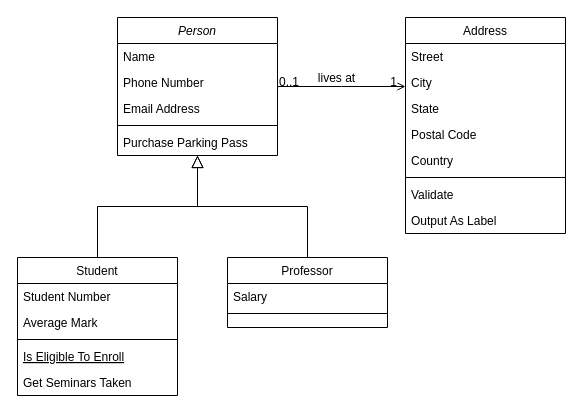
The draw.io diagram produkt_klasovi.drawio in ivankikic/produkt-klasovi, before the edit. Source tidied: cells renumbered, new cells numbered last; positions are measured from the earlier drawing's top-left corner, leaving out a move shared by most shapes. Both pictures are drawn from the tidied source at 100%, with x=0, y=0 at pixel (17, 17).
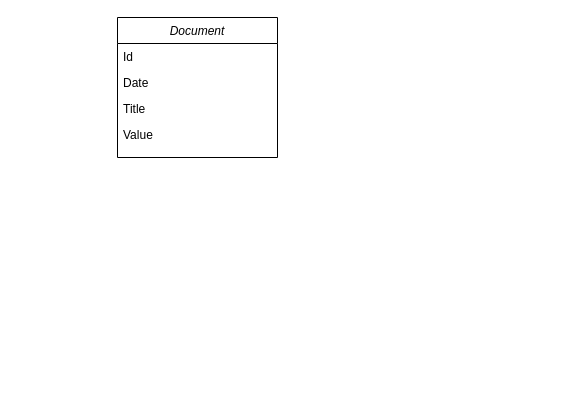
The same page after the edit.

Diff of the diagram source:
```diff
@@
-    <mxCell id="2" value="Person" style="swimlane;fontStyle=2;align=center;verticalAlign=top;horizontal=1;startSize=26;rounded=0;shadow=0;strokeWidth=1;" parent="1" vertex="1">
-      <mxGeometry x="100" width="160" height="138" as="geometry" />
+    <mxCell id="2" value="Document" style="swimlane;fontStyle=2;align=center;verticalAlign=top;horizontal=1;startSize=26;rounded=0;shadow=0;strokeWidth=1;" parent="1" vertex="1">
+      <mxGeometry x="100" width="160" height="140" as="geometry" />
     </mxCell>
-    <mxCell id="3" value="Name" style="text;align=left;verticalAlign=top;spacingLeft=4;spacingRight=4;overflow=hidden;" parent="2" vertex="1">
+    <mxCell id="3" value="Id" style="text;align=left;verticalAlign=top;spacingLeft=4;spacingRight=4;overflow=hidden;" parent="2" vertex="1">
       <mxGeometry y="26" width="160" height="26" as="geometry" />
     </mxCell>
-    <mxCell id="4" value="Phone Number" style="text;align=left;verticalAlign=top;spacingLeft=4;spacingRight=4;overflow=hidden;rounded=0;shadow=0;html=0;" parent="2" vertex="1">
+    <mxCell id="4" value="Date&#10;" style="text;align=left;verticalAlign=top;spacingLeft=4;spacingRight=4;overflow=hidden;rounded=0;shadow=0;html=0;" parent="2" vertex="1">
       <mxGeometry y="52" width="160" height="26" as="geometry" />
     </mxCell>
-    <mxCell id="5" value="Email Address" style="text;align=left;verticalAlign=top;spacingLeft=4;spacingRight=4;overflow=hidden;rounded=0;shadow=0;html=0;" parent="2" vertex="1">
+    <mxCell id="5" value="Title" style="text;align=left;verticalAlign=top;spacingLeft=4;spacingRight=4;overflow=hidden;rounded=0;shadow=0;html=0;" parent="2" vertex="1">
       <mxGeometry y="78" width="160" height="26" as="geometry" />
     </mxCell>
-    <mxCell id="6" style="line;html=1;strokeWidth=1;align=left;verticalAlign=middle;spacingTop=-1;spacingLeft=3;spacingRight=3;labelPosition=right;" parent="2" vertex="1">
-      <mxGeometry y="104" width="160" height="8" as="geometry" />
-    </mxCell>
-    <mxCell id="7" value="Purchase Parking Pass" style="text;align=left;verticalAlign=top;spacingLeft=4;spacingRight=4;overflow=hidden;" parent="2" vertex="1">
-      <mxGeometry y="112" width="160" height="26" as="geometry" />
-    </mxCell>
-    <mxCell id="8" value="Student" style="swimlane;fontStyle=0;align=center;verticalAlign=top;horizontal=1;startSize=26;rounded=0;shadow=0;strokeWidth=1;" parent="1" vertex="1">
-      <mxGeometry y="240" width="160" height="138" as="geometry" />
-    </mxCell>
-    <mxCell id="9" value="Student Number" style="text;align=left;verticalAlign=top;spacingLeft=4;spacingRight=4;overflow=hidden;" parent="8" vertex="1">
-      <mxGeometry y="26" width="160" height="26" as="geometry" />
-    </mxCell>
-    <mxCell id="10" value="Average Mark" style="text;align=left;verticalAlign=top;spacingLeft=4;spacingRight=4;overflow=hidden;rounded=0;shadow=0;html=0;" parent="8" vertex="1">
-      <mxGeometry y="52" width="160" height="26" as="geometry" />
-    </mxCell>
-    <mxCell id="11" style="line;html=1;strokeWidth=1;align=left;verticalAlign=middle;spacingTop=-1;spacingLeft=3;spacingRight=3;labelPosition=right;" parent="8" vertex="1">
-      <mxGeometry y="78" width="160" height="8" as="geometry" />
-    </mxCell>
-    <mxCell id="12" value="Is Eligible To Enroll" style="text;align=left;verticalAlign=top;spacingLeft=4;spacingRight=4;overflow=hidden;fontStyle=4;" parent="8" vertex="1">
-      <mxGeometry y="86" width="160" height="26" as="geometry" />
-    </mxCell>
-    <mxCell id="13" value="Get Seminars Taken" style="text;align=left;verticalAlign=top;spacingLeft=4;spacingRight=4;overflow=hidden;" parent="8" vertex="1">
-      <mxGeometry y="112" width="160" height="26" as="geometry" />
-    </mxCell>
-    <mxCell id="14" style="endArrow=block;endSize=10;endFill=0;shadow=0;strokeWidth=1;rounded=0;edgeStyle=elbowEdgeStyle;elbow=vertical;" parent="1" edge="1" source="8" target="2">
-      <mxGeometry relative="1" as="geometry" />
-    </mxCell>
-    <mxCell id="15" value="Professor" style="swimlane;fontStyle=0;align=center;verticalAlign=top;horizontal=1;startSize=26;rounded=0;shadow=0;strokeWidth=1;" parent="1" vertex="1">
-      <mxGeometry x="210" y="240" width="160" height="70" as="geometry" />
-    </mxCell>
-    <mxCell id="16" value="Salary" style="text;align=left;verticalAlign=top;spacingLeft=4;spacingRight=4;overflow=hidden;" parent="15" vertex="1">
-      <mxGeometry y="26" width="160" height="26" as="geometry" />
-    </mxCell>
-    <mxCell id="17" style="line;html=1;strokeWidth=1;align=left;verticalAlign=middle;spacingTop=-1;spacingLeft=3;spacingRight=3;labelPosition=right;" parent="15" vertex="1">
-      <mxGeometry y="52" width="160" height="8" as="geometry" />
-    </mxCell>
-    <mxCell id="18" style="endArrow=block;endSize=10;endFill=0;shadow=0;strokeWidth=1;rounded=0;edgeStyle=elbowEdgeStyle;elbow=vertical;" parent="1" edge="1" source="15" target="2">
-      <mxGeometry relative="1" as="geometry" />
-    </mxCell>
-    <mxCell id="19" value="Address" style="swimlane;fontStyle=0;align=center;verticalAlign=top;horizontal=1;startSize=26;rounded=0;shadow=0;strokeWidth=1;" parent="1" vertex="1">
-      <mxGeometry x="388" width="160" height="216" as="geometry" />
-    </mxCell>
-    <mxCell id="20" value="Street" style="text;align=left;verticalAlign=top;spacingLeft=4;spacingRight=4;overflow=hidden;" parent="19" vertex="1">
-      <mxGeometry y="26" width="160" height="26" as="geometry" />
-    </mxCell>
-    <mxCell id="21" value="City" style="text;align=left;verticalAlign=top;spacingLeft=4;spacingRight=4;overflow=hidden;rounded=0;shadow=0;html=0;" parent="19" vertex="1">
-      <mxGeometry y="52" width="160" height="26" as="geometry" />
-    </mxCell>
-    <mxCell id="22" value="State" style="text;align=left;verticalAlign=top;spacingLeft=4;spacingRight=4;overflow=hidden;rounded=0;shadow=0;html=0;" parent="19" vertex="1">
-      <mxGeometry y="78" width="160" height="26" as="geometry" />
-    </mxCell>
-    <mxCell id="23" value="Postal Code" style="text;align=left;verticalAlign=top;spacingLeft=4;spacingRight=4;overflow=hidden;rounded=0;shadow=0;html=0;" parent="19" vertex="1">
-      <mxGeometry y="104" width="160" height="26" as="geometry" />
-    </mxCell>
-    <mxCell id="24" value="Country" style="text;align=left;verticalAlign=top;spacingLeft=4;spacingRight=4;overflow=hidden;rounded=0;shadow=0;html=0;" parent="19" vertex="1">
-      <mxGeometry y="130" width="160" height="26" as="geometry" />
-    </mxCell>
-    <mxCell id="25" style="line;html=1;strokeWidth=1;align=left;verticalAlign=middle;spacingTop=-1;spacingLeft=3;spacingRight=3;labelPosition=right;" parent="19" vertex="1">
-      <mxGeometry y="156" width="160" height="8" as="geometry" />
-    </mxCell>
-    <mxCell id="26" value="Validate" style="text;align=left;verticalAlign=top;spacingLeft=4;spacingRight=4;overflow=hidden;" parent="19" vertex="1">
-      <mxGeometry y="164" width="160" height="26" as="geometry" />
-    </mxCell>
-    <mxCell id="27" value="Output As Label" style="text;align=left;verticalAlign=top;spacingLeft=4;spacingRight=4;overflow=hidden;" parent="19" vertex="1">
-      <mxGeometry y="190" width="160" height="26" as="geometry" />
-    </mxCell>
-    <mxCell id="28" style="endArrow=open;shadow=0;strokeWidth=1;rounded=0;endFill=1;edgeStyle=elbowEdgeStyle;elbow=vertical;" parent="1" edge="1" source="2" target="19">
-      <mxGeometry x="0.5" y="41" relative="1" as="geometry">
-        <mxPoint x="-40" y="32" as="offset" />
-      </mxGeometry>
-    </mxCell>
-    <mxCell id="29" value="0..1" style="align=left;verticalAlign=bottom;labelBackgroundColor=none;fontSize=12;" parent="28" vertex="1">
-      <mxGeometry x="-1" relative="1" as="geometry">
-        <mxPoint y="4" as="offset" />
-      </mxGeometry>
-    </mxCell>
-    <mxCell id="30" value="1" style="align=right;verticalAlign=bottom;labelBackgroundColor=none;fontSize=12;" parent="28" vertex="1">
-      <mxGeometry x="1" relative="1" as="geometry">
-        <mxPoint x="-7" y="4" as="offset" />
-      </mxGeometry>
-    </mxCell>
-    <mxCell id="31" value="lives at" style="text;html=1;align=center;verticalAlign=middle;labelBackgroundColor=none;rounded=0;shadow=0;strokeWidth=1;fontSize=12;" parent="28" vertex="1">
-      <mxGeometry x="0.5" y="49" relative="1" as="geometry">
-        <mxPoint x="-38" y="40" as="offset" />
-      </mxGeometry>
-    </mxCell>
+    <mxCell id="32" value="Value" style="text;align=left;verticalAlign=top;spacingLeft=4;spacingRight=4;overflow=hidden;rounded=0;shadow=0;html=0;" parent="2" vertex="1">
+      <mxGeometry y="104" width="160" height="26" as="geometry" />
+    </mxCell>
```
